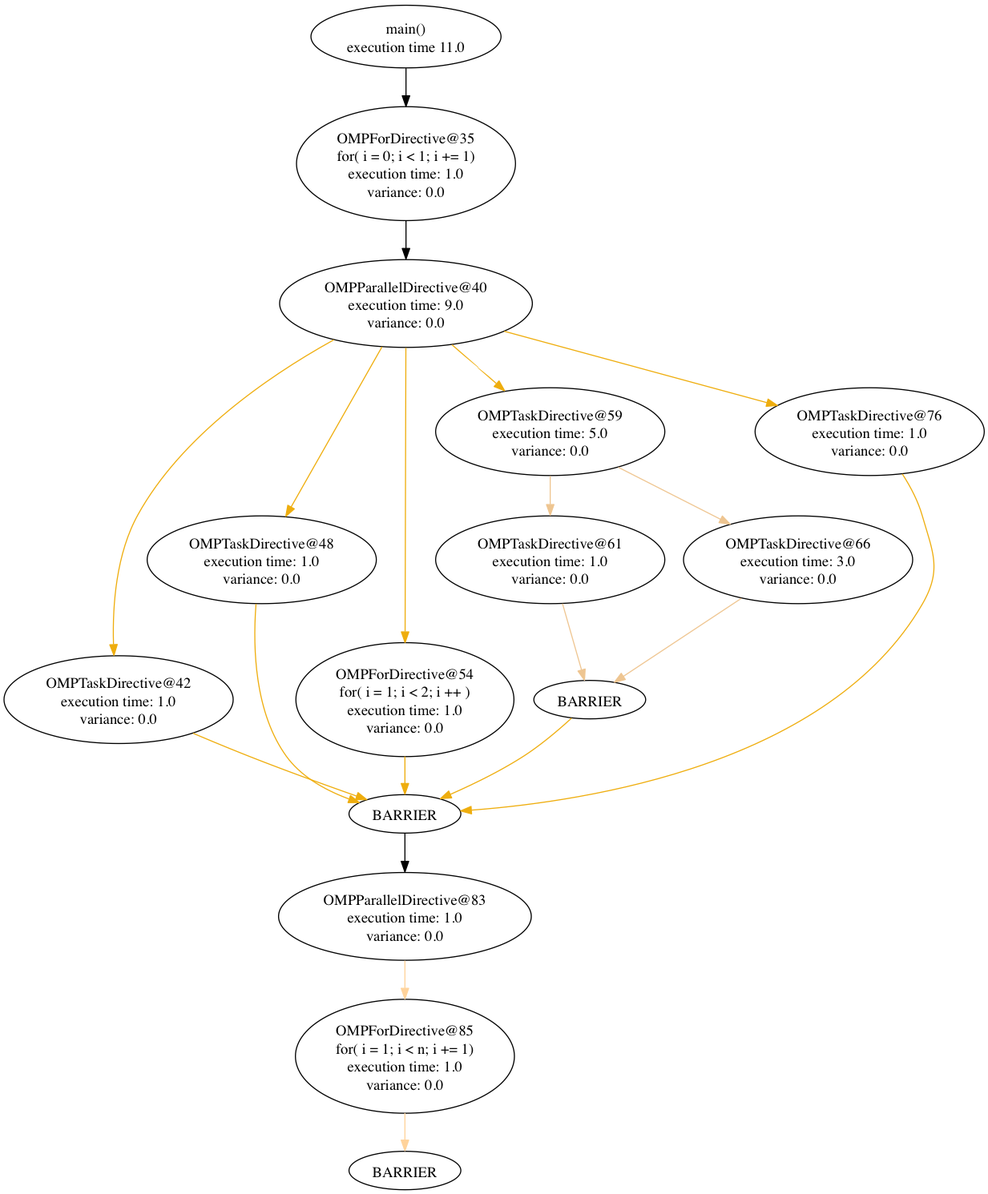
This is graph_sched/graphs/main_flow.png from filippobrizzi/soma, a Graphviz export, as it was before one commit. Its source is kept beside it as graph_sched/graphs/main_flow.dot.
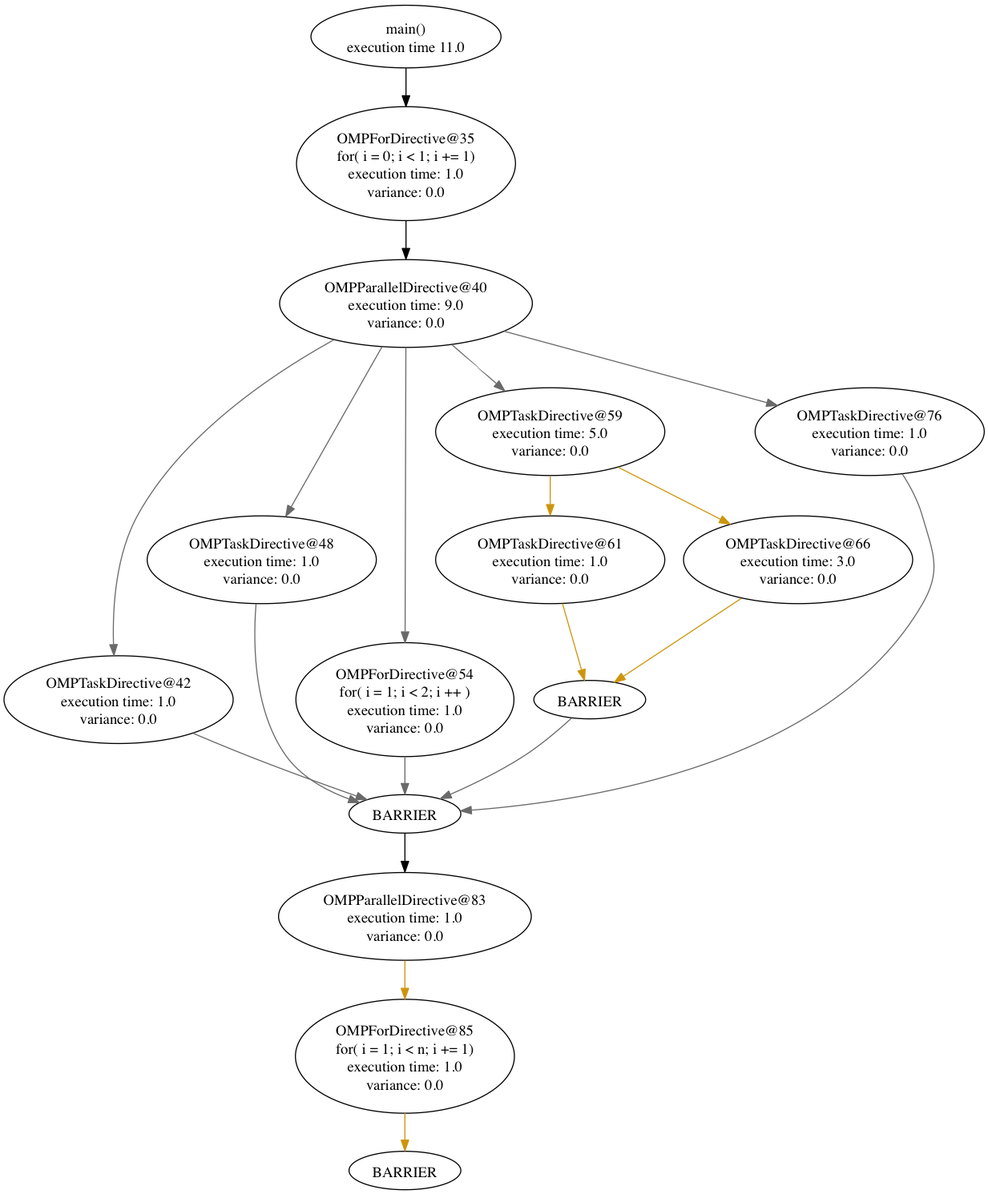
The same file after the commit.

Commit message:
created complete flow tree with no pruning

Change to the diagram source:
```diff
@@ -23,42 +23,42 @@
 		pos="107,459",
 		root=28,
 		width=2.9745];
-	40 -> 42	 [color=darkgoldenrod2,
+	40 -> 42	 [color=dimgrey,
 		pos="e,102.66,500.53 308.44,795.98 249.25,763.15 166.39,706.91 125,632 104.58,595.05 101.16,546.79 102.23,510.8"];
 	48	 [height=1.1471,
 		label="OMPTaskDirective@48\nexecution time: 1.0\nvariance: 0.0",
 		pos="241,590",
 		root=28,
 		width=2.9745];
-	40 -> 48	 [color=darkgoldenrod2,
+	40 -> 48	 [color=dimgrey,
 		pos="e,263.5,630.66 353.56,789.43 330.2,748.25 293.59,683.72 268.51,639.5"];
 	54	 [height=1.4771,
 		label="OMPForDirective@54\nfor( i = 1; i < 2; i ++ )\nexecution time: 1.0\nvariance: 0.0",
 		pos="375,459",
 		root=28,
 		width=2.8384];
-	40 -> 54	 [color=darkgoldenrod2,
+	40 -> 54	 [color=dimgrey,
 		pos="e,375.14,512.46 375.89,788.46 375.72,724.26 375.38,598.75 375.17,522.83"];
 	59	 [height=1.1471,
 		label="OMPTaskDirective@59\nexecution time: 5.0\nvariance: 0.0",
 		pos="511,710",
 		root=28,
 		width=2.9745];
-	40 -> 59	 [color=darkgoldenrod2,
+	40 -> 59	 [color=dimgrey,
 		pos="e,468.32,748.3 419.09,791.34 432.25,779.84 446.83,767.09 460.44,755.19"];
 	76	 [height=1.1471,
 		label="OMPTaskDirective@76\nexecution time: 1.0\nvariance: 0.0",
 		pos="810,710",
 		root=28,
 		width=2.9745];
-	40 -> 76	 [color=darkgoldenrod2,
+	40 -> 76	 [color=dimgrey,
 		pos="e,723.63,734.48 468.04,803.98 540.31,784.33 640.64,757.05 713.93,737.12"];
 	"40_end"	 [height=0.5,
 		label=BARRIER,
 		pos="375,352",
 		root=28,
 		width=1.4568];
-	42 -> "40_end"	 [color=darkgoldenrod2,
+	42 -> "40_end"	 [color=dimgrey,
 		pos="e,339.39,365.31 176.73,427.5 193.75,420.27 211.97,412.71 229,406 262.58,392.76 300.97,378.87 329.95,368.64"];
 	83	 [height=1.1471,
 		label="OMPParallelDirective@83\nexecution time: 1.0\nvariance: 0.0",
@@ -66,36 +66,36 @@
 		root=28,
 		width=3.2896];
 	"40_end" -> 83	 [pos="e,375,297.55 375,333.76 375,326.29 375,317.11 375,307.73"];
-	48 -> "40_end"	 [color=darkgoldenrod2,
+	48 -> "40_end"	 [color=dimgrey,
 		pos="e,332.33,362.61 235.63,548.62 232.53,508.64 234.02,447.54 264,406 278.04,386.55 301.12,373.97 322.61,365.97"];
-	54 -> "40_end"	 [color=darkgoldenrod2,
+	54 -> "40_end"	 [color=dimgrey,
 		pos="e,375,370.46 375,405.81 375,397.13 375,388.44 375,380.69"];
 	61	 [height=1.1471,
 		label="OMPTaskDirective@61\nexecution time: 1.0\nvariance: 0.0",
 		pos="511,590",
 		root=28,
 		width=2.9745];
-	59 -> 61	 [color=burlywood2,
+	59 -> 61	 [color=darkgoldenrod3,
 		pos="e,511,631.68 511,668.39 511,659.86 511,650.76 511,641.91"];
 	66	 [height=1.1471,
 		label="OMPTaskDirective@66\nexecution time: 3.0\nvariance: 0.0",
 		pos="743,590",
 		root=28,
 		width=2.9745];
-	59 -> 66	 [color=burlywood2,
+	59 -> 66	 [color=darkgoldenrod3,
 		pos="e,679.44,623.33 574.7,676.6 604.37,661.51 639.81,643.48 670.5,627.87"];
 	"59_end"	 [height=0.5,
 		label=BARRIER,
 		pos="548,459",
 		root=28,
 		width=1.4568];
-	61 -> "59_end"	 [color=burlywood2,
+	61 -> "59_end"	 [color=darkgoldenrod3,
 		pos="e,543.09,477.12 522.5,548.89 528.29,528.74 535.14,504.85 540.28,486.92"];
-	"59_end" -> "40_end"	 [color=darkgoldenrod2,
+	"59_end" -> "40_end"	 [color=dimgrey,
 		pos="e,408.21,366.24 531.02,441.73 519.05,430.78 502.3,416.49 486,406 464.51,392.17 438.85,379.69 417.62,370.32"];
-	66 -> "59_end"	 [color=burlywood2,
+	66 -> "59_end"	 [color=darkgoldenrod3,
 		pos="e,571.04,475.24 689.97,553.92 654.56,530.49 609.18,500.48 579.39,480.76"];
-	76 -> "40_end"	 [color=darkgoldenrod2,
+	76 -> "40_end"	 [color=dimgrey,
 		pos="e,427.17,354.8 840.57,670.34 848.09,658.67 855.1,645.39 859,632 869.44,596.16 877.78,580.27 859,548 772.36,399.15 547.47,363.84 \
 437.45,355.52"];
 	85	 [height=1.4771,
@@ -103,13 +103,13 @@
 		pos="375,125",
 		root=28,
 		width=2.8425];
-	83 -> 85	 [color=burlywood1,
+	83 -> 85	 [color=darkgoldenrod3,
 		pos="e,375,178.64 375,214.54 375,206.36 375,197.58 375,188.84"];
 	"83_end"	 [height=0.5,
 		label=BARRIER,
 		pos="375,18",
 		root=28,
 		width=1.4568];
-	85 -> "83_end"	 [color=burlywood1,
+	85 -> "83_end"	 [color=darkgoldenrod3,
 		pos="e,375,36.46 375,71.808 375,63.132 375,54.445 375,46.694"];
 }
```
